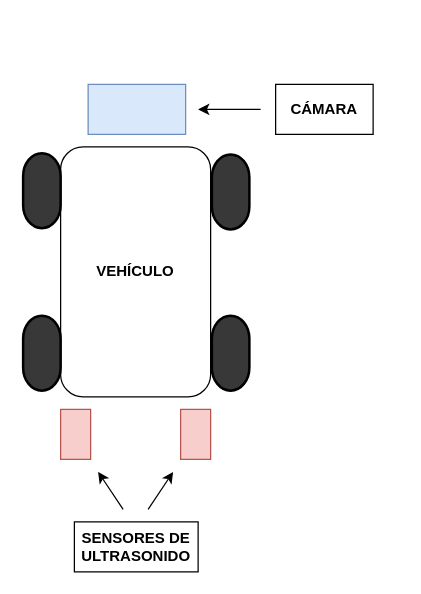
Above: schemes/Sensores.drawio in apguilar/ElectroTech-WRO-2024 (draw.io), before the change. Source tidied: cells renumbered, new cells numbered last; positions are measured from the earlier drawing's top-left corner, leaving out a move shared by most shapes. Both pictures are drawn from the tidied source at 125%, with x=0, y=0 at pixel (4, 84).
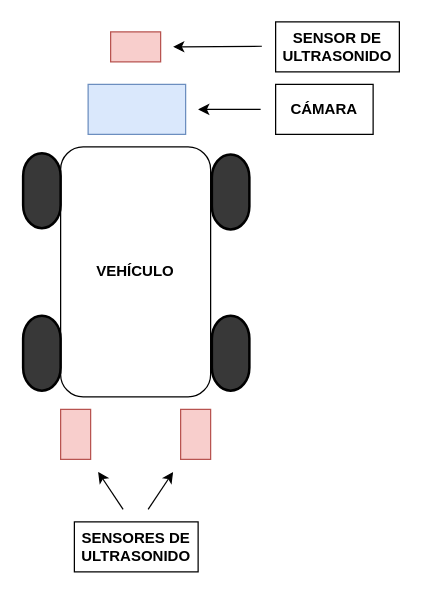
Above is the later version.

What changed in the source:
```diff
@@
+    <mxCell id="15" style="rounded=0;whiteSpace=wrap;html=1;fillColor=#f8cecc;strokeColor=#b85450;rotation=90;" parent="1" vertex="1">
+      <mxGeometry x="93" y="-50" width="24" height="40" as="geometry" />
+    </mxCell>
+    <mxCell id="16" value="SENSOR DE ULTRASONIDO" style="rounded=0;whiteSpace=wrap;html=1;fontStyle=1;" parent="1" vertex="1">
+      <mxGeometry x="217" y="-50" width="99" height="40" as="geometry" />
+    </mxCell>
+    <mxCell id="17" style="endArrow=classic;html=1;rounded=0;" parent="1" edge="1">
+      <mxGeometry relative="1" as="geometry">
+        <mxPoint x="206" y="-30.5" as="sourcePoint" />
+        <mxPoint x="135" y="-30" as="targetPoint" />
+      </mxGeometry>
+    </mxCell>
```
